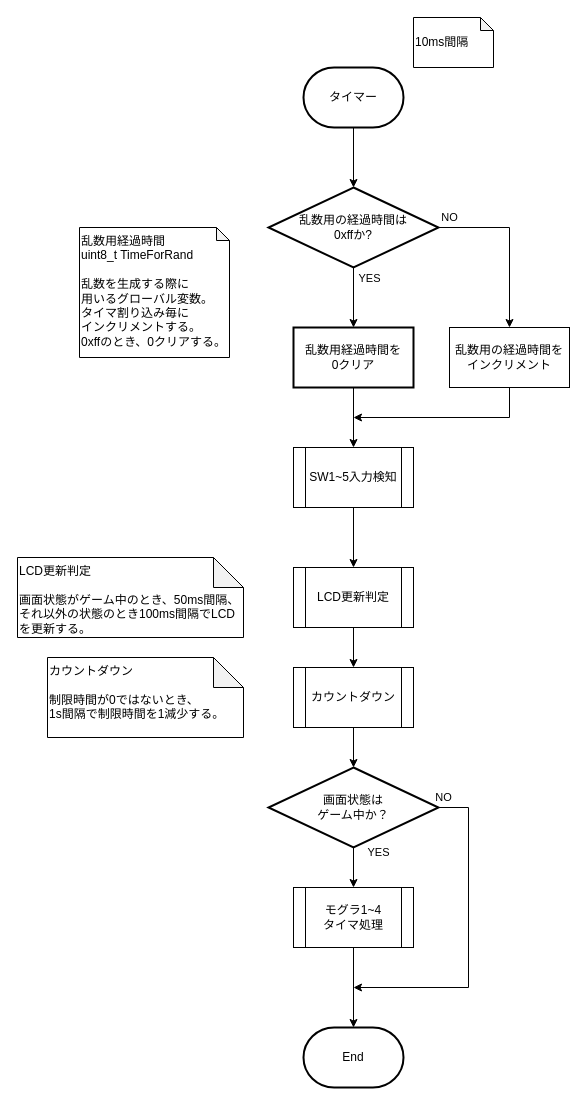
The draw.io diagram page "タイマ割り込み" (1 of 5) of 資料/設計書/フローチャート/モグラ叩き_フローチャート_割り込み.drawio in hakohumi/comp.train.whack-a-mole, before the edit. Source tidied: cells renumbered, new cells numbered last; positions are measured from the earlier drawing's top-left corner, leaving out a move shared by most shapes. Both pictures are drawn from the tidied source at 100%, with x=0, y=0 at pixel (17, 17).
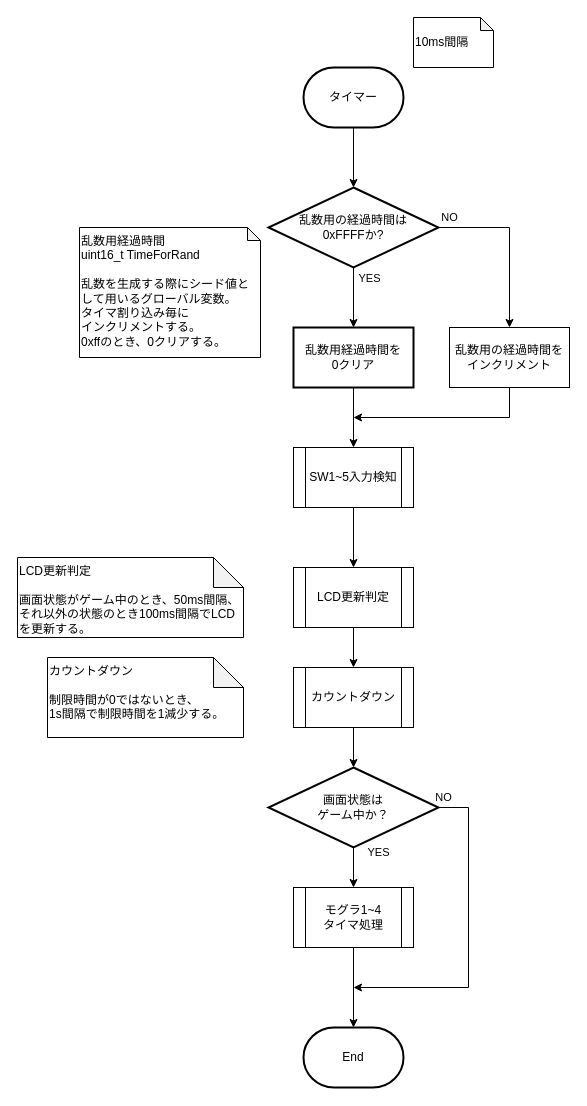
Above is the later version.

Change to the diagram source:
```diff
@@
-    <mxCell id="17" value="乱数用経過時間&lt;br&gt;uint8_t TimeForRand&lt;br&gt;&lt;br&gt;乱数を生成する際に&lt;br&gt;用いるグローバル変数。&lt;br&gt;タイマ割り込み毎に&lt;br&gt;インクリメントする。&lt;br&gt;0xffのとき、0クリアする。" style="shape=note;whiteSpace=wrap;html=1;backgroundOutline=1;darkOpacity=0.05;align=left;size=13;verticalAlign=top;" parent="1" vertex="1">
-      <mxGeometry x="62" y="210" width="150" height="130" as="geometry" />
+    <mxCell id="17" value="乱数用経過時間&lt;br&gt;uint16_t TimeForRand&lt;br&gt;&lt;br&gt;乱数を生成する際にシード値として用いるグローバル変数。&lt;br&gt;タイマ割り込み毎に&lt;br&gt;インクリメントする。&lt;br&gt;0xffのとき、0クリアする。" style="shape=note;whiteSpace=wrap;html=1;backgroundOutline=1;darkOpacity=0.05;align=left;size=13;verticalAlign=top;" parent="1" vertex="1">
+      <mxGeometry x="62" y="210" width="181" height="130" as="geometry" />
     </mxCell>
@@
-    <mxCell id="24" value="乱数用の経過時間は&lt;br&gt;0xffか?" style="rhombus;whiteSpace=wrap;html=1;strokeWidth=2;" parent="1" vertex="1">
+    <mxCell id="24" value="乱数用の経過時間は&lt;br&gt;0xFFFFか?" style="rhombus;whiteSpace=wrap;html=1;strokeWidth=2;" parent="1" vertex="1">
       <mxGeometry x="251" y="170" width="170" height="80" as="geometry" />
     </mxCell>
```
